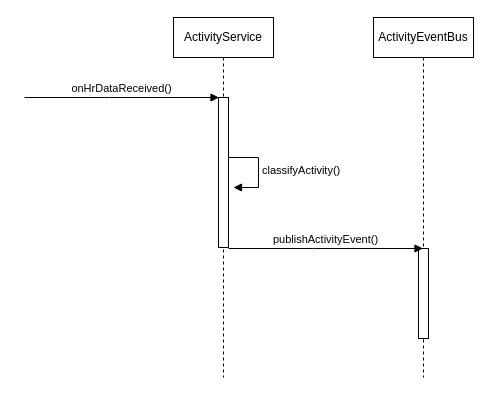
Earlier version of the draw.io diagram my-thesis/diagrams/activity-monitor-seq.drawio (ba-nhermanto/thesis). Source tidied: cells renumbered, new cells numbered last; positions are measured from the earlier drawing's top-left corner, leaving out a move shared by most shapes. Both pictures are drawn from the tidied source at 100%, with x=0, y=0 at pixel (24, 17).
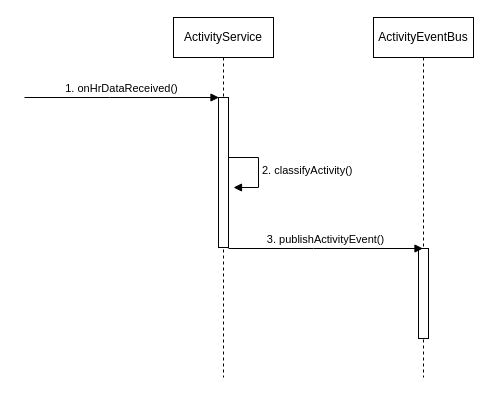
Above is the later version.

Change to the diagram source:
```diff
@@
 <mxGraphModel>
   <root>
     <mxCell id="0" />
     <mxCell id="1" parent="0" />
     <mxCell id="2" value="ActivityService" style="shape=umlLifeline;perimeter=lifelinePerimeter;whiteSpace=wrap;html=1;newEdgeStyle={&quot;edgeStyle&quot;:&quot;elbowEdgeStyle&quot;,&quot;elbow&quot;:&quot;vertical&quot;,&quot;curved&quot;:0,&quot;rounded&quot;:0};" parent="1" vertex="1">
       <mxGeometry x="149" width="100" height="360" as="geometry" />
     </mxCell>
     <mxCell id="3" style="html=1;perimeter=orthogonalPerimeter;targetShapes=umlLifeline;newEdgeStyle={&quot;edgeStyle&quot;:&quot;elbowEdgeStyle&quot;,&quot;elbow&quot;:&quot;vertical&quot;,&quot;curved&quot;:0,&quot;rounded&quot;:0};" parent="2" vertex="1">
       <mxGeometry x="45" y="80" width="10" height="150" as="geometry" />
     </mxCell>
-    <mxCell id="4" value="classifyActivity()" style="html=1;align=left;spacingLeft=2;endArrow=block;rounded=0;edgeStyle=orthogonalEdgeStyle;curved=0;rounded=0;" parent="1" edge="1">
+    <mxCell id="4" value="2. classifyActivity()" style="html=1;align=left;spacingLeft=2;endArrow=block;rounded=0;edgeStyle=orthogonalEdgeStyle;curved=0;rounded=0;" parent="1" edge="1">
       <mxGeometry x="0.01" relative="1" as="geometry">
         <mxPoint x="204" y="140" as="sourcePoint" />
         <mxPoint x="209" y="170" as="targetPoint" />
         <Array as="points">
           <mxPoint x="234" y="170" />
         </Array>
       </mxGeometry>
     </mxCell>
     <mxCell id="5" value="ActivityEventBus" style="shape=umlLifeline;perimeter=lifelinePerimeter;whiteSpace=wrap;html=1;newEdgeStyle={&quot;edgeStyle&quot;:&quot;elbowEdgeStyle&quot;,&quot;elbow&quot;:&quot;vertical&quot;,&quot;curved&quot;:0,&quot;rounded&quot;:0};" parent="1" vertex="1">
       <mxGeometry x="349" width="100" height="360" as="geometry" />
     </mxCell>
     <mxCell id="6" style="html=1;perimeter=orthogonalPerimeter;targetShapes=umlLifeline;newEdgeStyle={&quot;edgeStyle&quot;:&quot;elbowEdgeStyle&quot;,&quot;elbow&quot;:&quot;vertical&quot;,&quot;curved&quot;:0,&quot;rounded&quot;:0};" parent="5" vertex="1">
       <mxGeometry x="45" y="231" width="10" height="90" as="geometry" />
     </mxCell>
-    <mxCell id="7" value="publishActivityEvent()" style="html=1;verticalAlign=bottom;endArrow=block;edgeStyle=elbowEdgeStyle;elbow=vertical;curved=0;rounded=0;" parent="1" edge="1">
+    <mxCell id="7" value="3. publishActivityEvent()" style="html=1;verticalAlign=bottom;endArrow=block;edgeStyle=elbowEdgeStyle;elbow=vertical;curved=0;rounded=0;" parent="1" edge="1">
       <mxGeometry relative="1" as="geometry">
         <mxPoint x="204" y="231" as="sourcePoint" />
         <mxPoint x="398.5" y="231" as="targetPoint" />
         <Array as="points">
           <mxPoint x="289" y="231" />
         </Array>
       </mxGeometry>
     </mxCell>
-    <mxCell id="8" value="onHrDataReceived()" style="html=1;verticalAlign=bottom;endArrow=block;edgeStyle=elbowEdgeStyle;elbow=vertical;curved=0;rounded=0;" parent="1" edge="1">
+    <mxCell id="8" value="1. onHrDataReceived()" style="html=1;verticalAlign=bottom;endArrow=block;edgeStyle=elbowEdgeStyle;elbow=vertical;curved=0;rounded=0;" parent="1" edge="1">
       <mxGeometry relative="1" as="geometry">
         <mxPoint y="80" as="sourcePoint" />
         <mxPoint x="194.5" y="80" as="targetPoint" />
         <Array as="points">
           <mxPoint x="85" y="80" />
         </Array>
       </mxGeometry>
     </mxCell>
   </root>
 </mxGraphModel>
```
